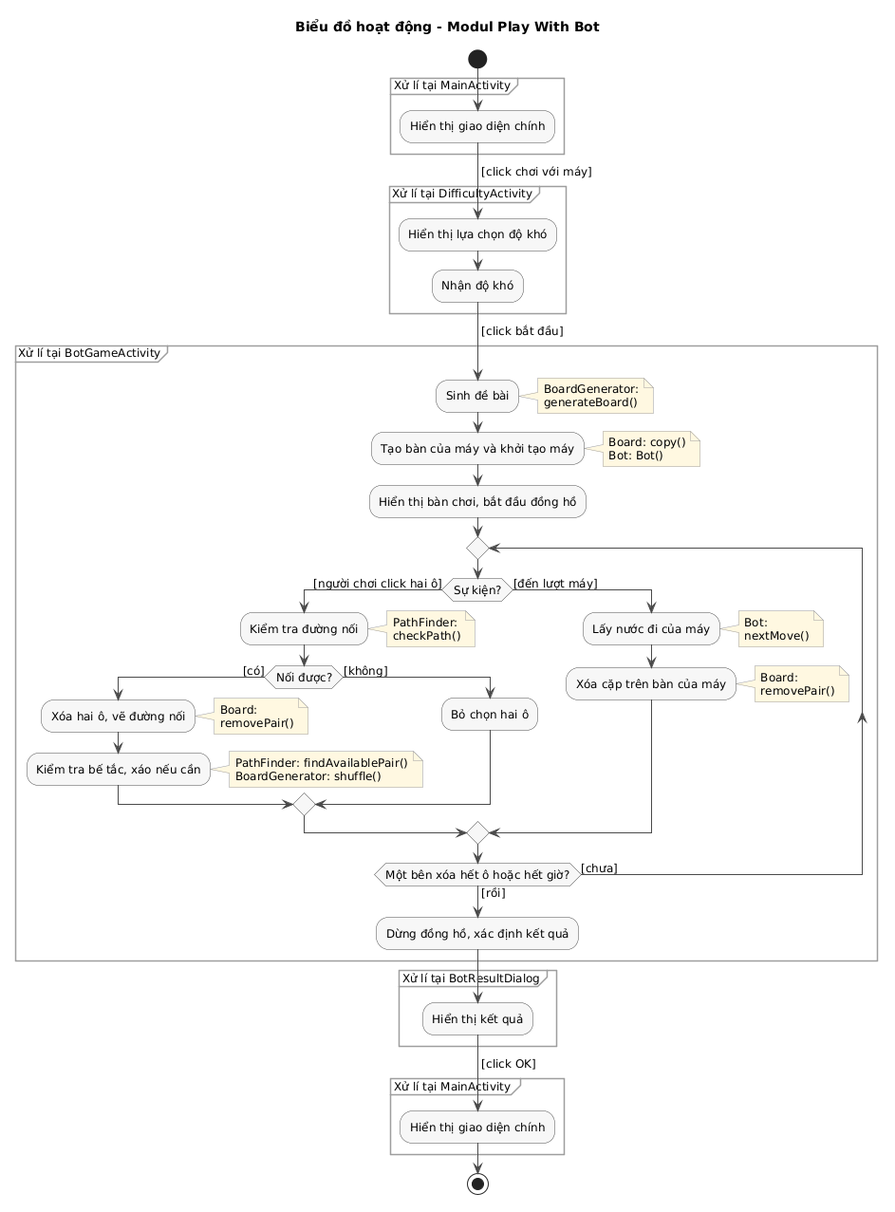
This is docs/uml/pha3/activity-m2.png from VattenL/mobile-pikachu, a PlantUML export, as it was before one commit.
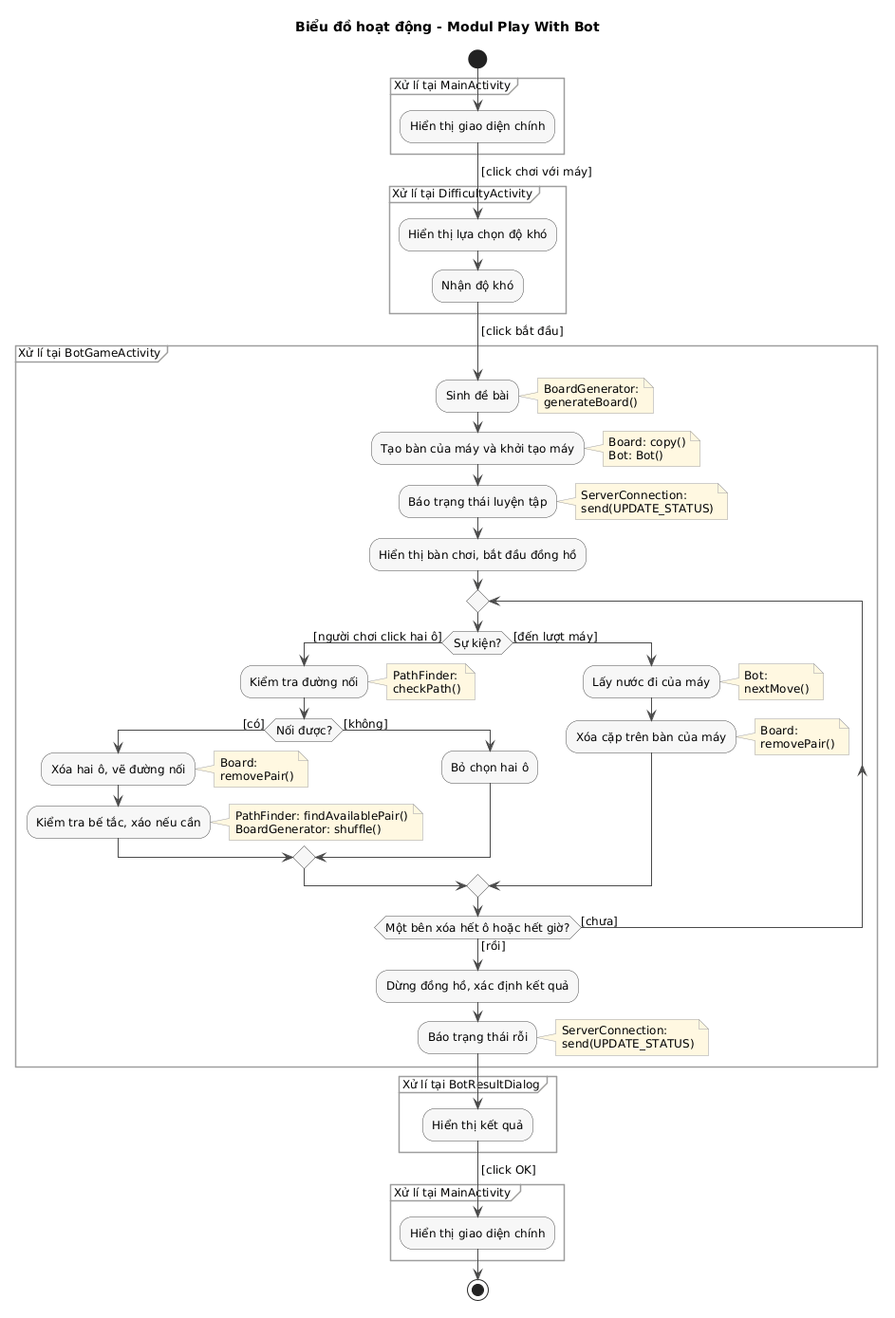
After the commit.

Diff of the diagram source:
```diff
@@ -31,6 +31,8 @@
   note right: BoardGenerator:\ngenerateBoard()
   :Tạo bàn của máy và khởi tạo máy;
   note right: Board: copy()\nBot: Bot()
+  :Báo trạng thái luyện tập;
+  note right: ServerConnection:\nsend(UPDATE_STATUS)
   :Hiển thị bàn chơi, bắt đầu đồng hồ;
   repeat
     if (Sự kiện?) then ([người chơi click hai ô])
@@ -52,6 +54,8 @@
     endif
   repeat while (Một bên xóa hết ô hoặc hết giờ?) is ([chưa]) not ([rồi])
   :Dừng đồng hồ, xác định kết quả;
+  :Báo trạng thái rỗi;
+  note right: ServerConnection:\nsend(UPDATE_STATUS)
 }
 partition "Xử lí tại BotResultDialog" {
   :Hiển thị kết quả;
```
